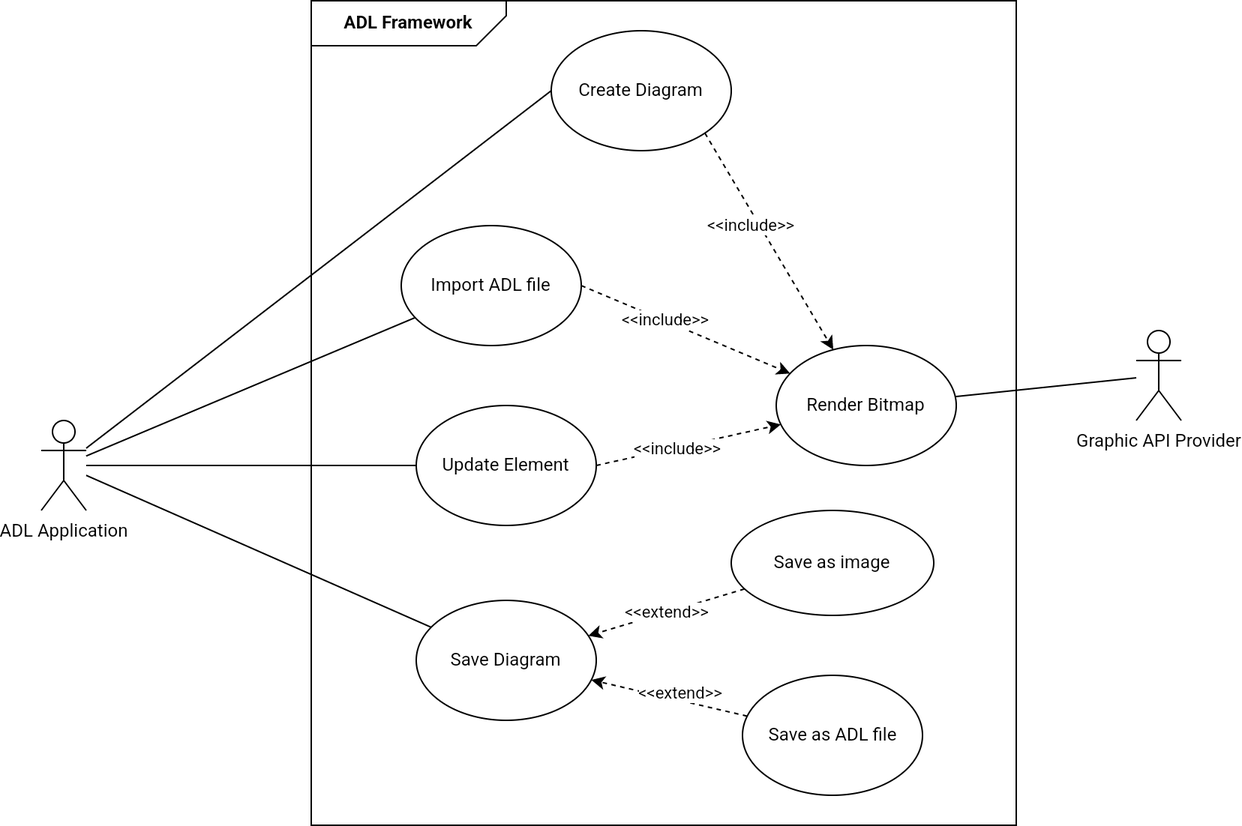
This is img/UseCase.drawio.png from phunm211/SW-Associate-Architecture, a draw.io export, as it was before one commit. Source tidied: cells renumbered, new cells last; positions are measured from the earlier drawing's top-left corner, leaving out a move shared by most shapes.
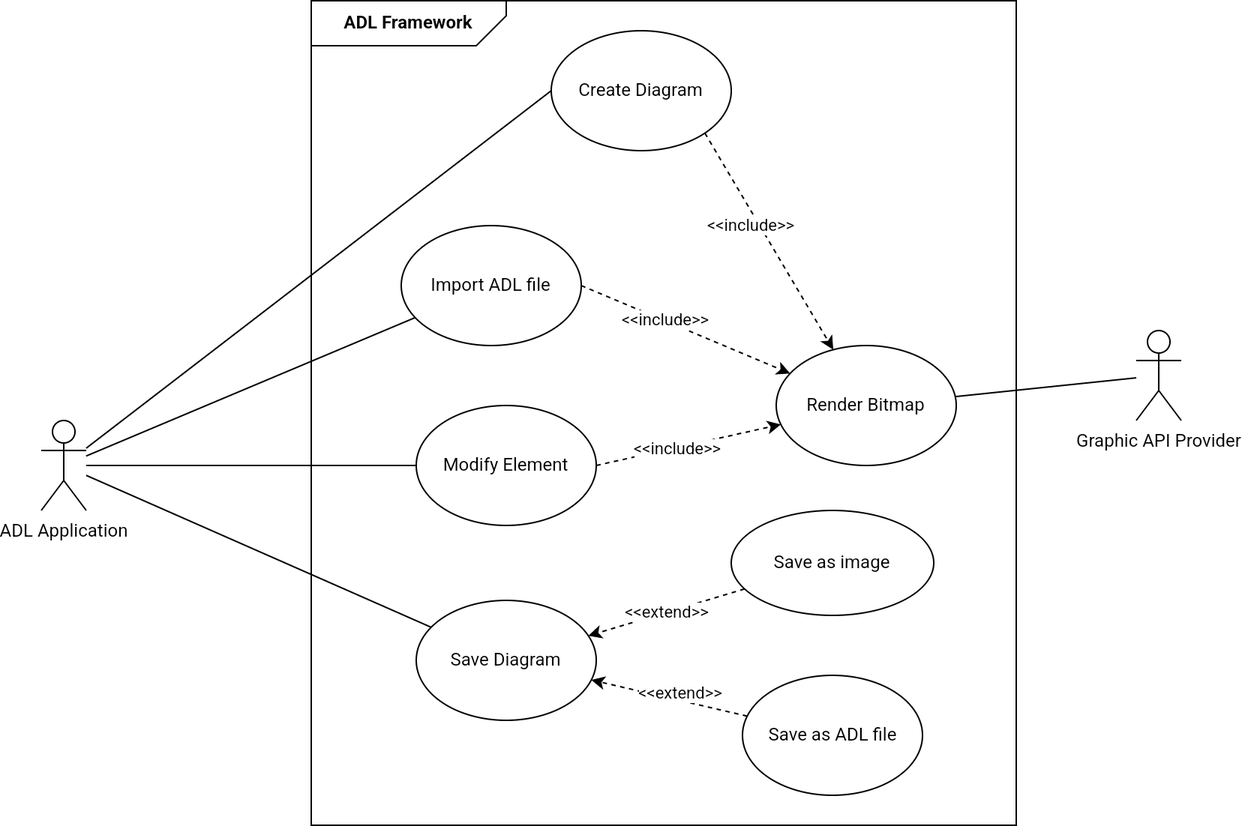
After the change.

What changed in the source:
```diff
@@ -50,7 +50,7 @@
     <mxCell id="17" value="&amp;lt;&amp;lt;include&amp;gt;&amp;gt;" style="edgeLabel;html=1;align=center;verticalAlign=middle;" parent="16" vertex="1">
       <mxGeometry x="-0.12" relative="1" as="geometry" />
     </mxCell>
-    <mxCell id="18" value="Update Element" style="ellipse;whiteSpace=wrap;html=1;" parent="1" vertex="1">
+    <mxCell id="18" value="Modify Element" style="ellipse;whiteSpace=wrap;html=1;" parent="1" vertex="1">
       <mxGeometry x="250" y="320" width="120" height="80" as="geometry" />
     </mxCell>
     <mxCell id="19" style="rounded=0;jettySize=auto;html=1;dashed=1;" parent="1" edge="1" source="21" target="15">
```
